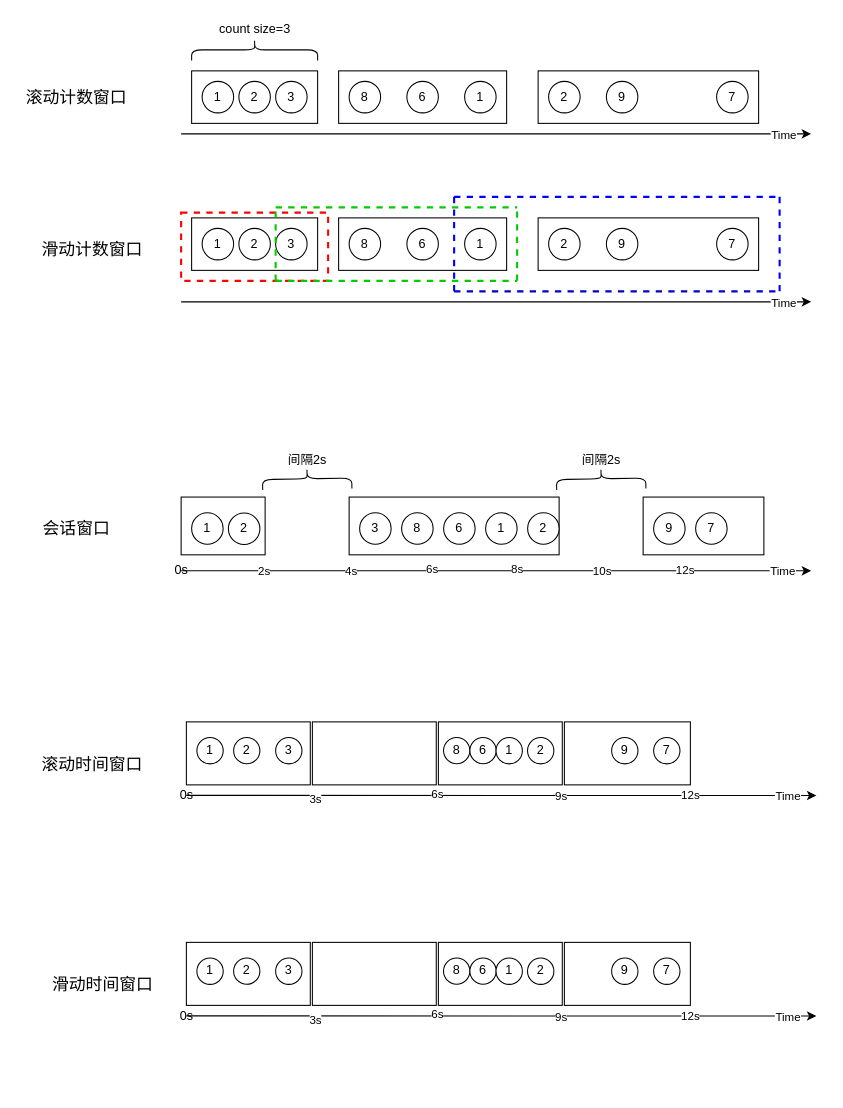
This is flink-window.drawio from cp0802/xueqqiu, a draw.io file, before an edit. Source tidied: cells renumbered, new cells numbered last; positions are measured from the earlier drawing's top-left corner, leaving out a move shared by most shapes. Both pictures are drawn from the tidied source at 105%, with x=0, y=0 at pixel (18, -14).
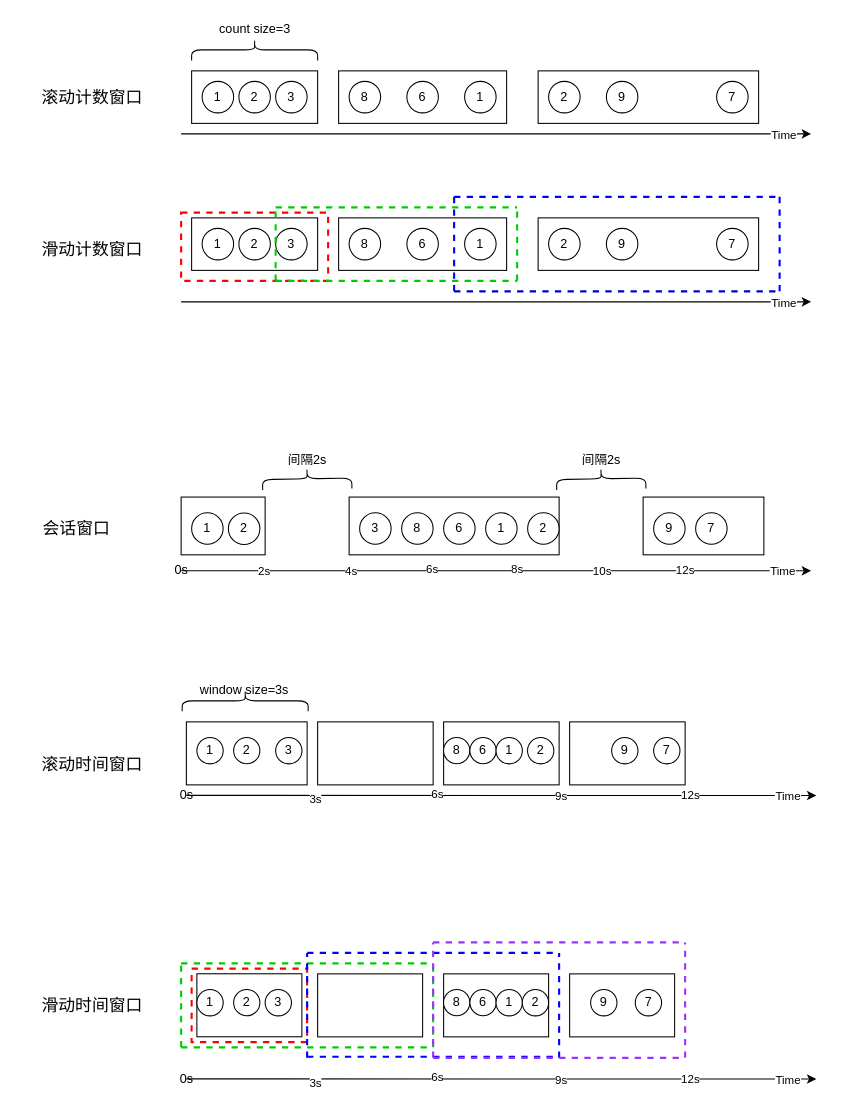
After the change.

What changed in the source:
```diff
@@
+    <mxCell id="111" style="rounded=0;whiteSpace=wrap;html=1;strokeWidth=2;strokeColor=#FF0000;dashed=1;" parent="1" vertex="1">
+      <mxGeometry x="165" y="935" width="110" height="70" as="geometry" />
+    </mxCell>
-    <mxCell id="2" style="rounded=0;whiteSpace=wrap;html=1;strokeColor=#000000;strokeWidth=1;" parent="1" vertex="1">
-      <mxGeometry x="520" y="700" width="120" height="60" as="geometry" />
+    <mxCell id="2" style="rounded=0;whiteSpace=wrap;html=1;strokeWidth=1;" parent="1" vertex="1">
+      <mxGeometry x="525" y="700" width="110" height="60" as="geometry" />
     </mxCell>
-    <mxCell id="3" style="rounded=0;whiteSpace=wrap;html=1;strokeColor=#000000;strokeWidth=1;" parent="1" vertex="1">
-      <mxGeometry x="400" y="700" width="118" height="60" as="geometry" />
+    <mxCell id="3" style="rounded=0;whiteSpace=wrap;html=1;strokeWidth=1;" parent="1" vertex="1">
+      <mxGeometry x="405" y="700" width="110" height="60" as="geometry" />
     </mxCell>
-    <mxCell id="4" style="rounded=0;whiteSpace=wrap;html=1;strokeColor=#000000;strokeWidth=1;" parent="1" vertex="1">
-      <mxGeometry x="280" y="700" width="118" height="60" as="geometry" />
+    <mxCell id="4" style="rounded=0;whiteSpace=wrap;html=1;strokeWidth=1;" parent="1" vertex="1">
+      <mxGeometry x="285" y="700" width="110" height="60" as="geometry" />
     </mxCell>
-    <mxCell id="5" style="rounded=0;whiteSpace=wrap;html=1;strokeColor=#000000;strokeWidth=1;" parent="1" vertex="1">
-      <mxGeometry x="160" y="700" width="118" height="60" as="geometry" />
+    <mxCell id="5" style="rounded=0;whiteSpace=wrap;html=1;strokeWidth=1;" parent="1" vertex="1">
+      <mxGeometry x="160" y="700" width="115" height="60" as="geometry" />
     </mxCell>
@@
     <mxCell id="69" value="&lt;span style=&quot;font-size: medium&quot;&gt;滚动计数窗口&lt;/span&gt;&lt;span style=&quot;font-size: medium&quot;&gt;&lt;br&gt;&lt;/span&gt;" style="text;html=1;align=center;verticalAlign=middle;" parent="1" vertex="1">
-      <mxGeometry y="95" width="110" height="20" as="geometry" />
+      <mxGeometry x="15" y="95" width="110" height="20" as="geometry" />
     </mxCell>
@@
     <mxCell id="90" style="rounded=0;whiteSpace=wrap;html=1;strokeColor=#000000;strokeWidth=1;" parent="1" vertex="1">
-      <mxGeometry x="520" y="910" width="120" height="60" as="geometry" />
+      <mxGeometry x="525" y="940" width="100" height="60" as="geometry" />
     </mxCell>
     <mxCell id="91" style="rounded=0;whiteSpace=wrap;html=1;strokeColor=#000000;strokeWidth=1;" parent="1" vertex="1">
-      <mxGeometry x="400" y="910" width="118" height="60" as="geometry" />
+      <mxGeometry x="405" y="940" width="100" height="60" as="geometry" />
     </mxCell>
     <mxCell id="92" style="rounded=0;whiteSpace=wrap;html=1;strokeColor=#000000;strokeWidth=1;" parent="1" vertex="1">
-      <mxGeometry x="280" y="910" width="118" height="60" as="geometry" />
+      <mxGeometry x="285" y="940" width="100" height="60" as="geometry" />
     </mxCell>
     <mxCell id="93" style="rounded=0;whiteSpace=wrap;html=1;strokeColor=#000000;strokeWidth=1;" parent="1" vertex="1">
-      <mxGeometry x="160" y="910" width="118" height="60" as="geometry" />
+      <mxGeometry x="170" y="939.9" width="100" height="60" as="geometry" />
     </mxCell>
     <mxCell id="94" style="endArrow=classic;html=1;" parent="1" edge="1">
       <mxGeometry relative="1" as="geometry">
-        <mxPoint x="160" y="980" as="sourcePoint" />
-        <mxPoint x="760" y="980.1" as="targetPoint" />
+        <mxPoint x="160" y="1040" as="sourcePoint" />
+        <mxPoint x="760" y="1040.1" as="targetPoint" />
       </mxGeometry>
     </mxCell>
@@
     <mxCell id="99" value="1" style="ellipse;whiteSpace=wrap;html=1;" parent="1" vertex="1">
-      <mxGeometry x="170" y="924.9" width="25.1" height="25.1" as="geometry" />
+      <mxGeometry x="170" y="954.9" width="25.1" height="25.1" as="geometry" />
     </mxCell>
     <mxCell id="100" value="2" style="ellipse;whiteSpace=wrap;html=1;" parent="1" vertex="1">
-      <mxGeometry x="205" y="924.9" width="25" height="25" as="geometry" />
+      <mxGeometry x="205" y="954.9" width="25" height="25" as="geometry" />
     </mxCell>
     <mxCell id="101" value="3" style="ellipse;whiteSpace=wrap;html=1;" parent="1" vertex="1">
-      <mxGeometry x="245" y="924.9" width="25.1" height="25.1" as="geometry" />
+      <mxGeometry x="235" y="954.9" width="25.1" height="25.1" as="geometry" />
     </mxCell>
     <mxCell id="102" value="8" style="ellipse;whiteSpace=wrap;html=1;" parent="1" vertex="1">
-      <mxGeometry x="404.9" y="924.8" width="25.1" height="25.1" as="geometry" />
+      <mxGeometry x="404.9" y="954.8" width="25.1" height="25.1" as="geometry" />
     </mxCell>
     <mxCell id="103" value="6" style="ellipse;whiteSpace=wrap;html=1;" parent="1" vertex="1">
-      <mxGeometry x="430" y="924.8" width="25.1" height="25.1" as="geometry" />
+      <mxGeometry x="430" y="954.8" width="25.1" height="25.1" as="geometry" />
     </mxCell>
     <mxCell id="104" value="1" style="ellipse;whiteSpace=wrap;html=1;" parent="1" vertex="1">
-      <mxGeometry x="454.9" y="924.9" width="25.1" height="25.1" as="geometry" />
+      <mxGeometry x="454.9" y="954.9" width="25.1" height="25.1" as="geometry" />
     </mxCell>
     <mxCell id="105" value="6s" style="edgeLabel;html=1;align=center;verticalAlign=middle;" parent="1" vertex="1">
-      <mxGeometry x="330" y="980" as="geometry">
+      <mxGeometry x="330" y="1040" as="geometry">
         <mxPoint x="68" y="-2" as="offset" />
       </mxGeometry>
     </mxCell>
     <mxCell id="106" value="9" style="ellipse;whiteSpace=wrap;html=1;" parent="1" vertex="1">
-      <mxGeometry x="565" y="924.9" width="25.1" height="25.1" as="geometry" />
+      <mxGeometry x="545" y="954.9" width="25.1" height="25.1" as="geometry" />
     </mxCell>
     <mxCell id="107" value="2" style="ellipse;whiteSpace=wrap;html=1;" parent="1" vertex="1">
-      <mxGeometry x="484.9" y="924.9" width="25.1" height="25.1" as="geometry" />
+      <mxGeometry x="479.9" y="954.9" width="25.1" height="25.1" as="geometry" />
     </mxCell>
     <mxCell id="108" value="7" style="ellipse;whiteSpace=wrap;html=1;" parent="1" vertex="1">
-      <mxGeometry x="605" y="924.9" width="25.1" height="25.1" as="geometry" />
+      <mxGeometry x="587.5" y="954.9" width="25.1" height="25.1" as="geometry" />
     </mxCell>
     <mxCell id="109" value="0s" style="text;html=1;align=center;verticalAlign=middle;" parent="1" vertex="1">
-      <mxGeometry x="145" y="970" width="30" height="20" as="geometry" />
+      <mxGeometry x="145" y="1030" width="30" height="20" as="geometry" />
     </mxCell>
     <mxCell id="110" value="&lt;span style=&quot;font-size: medium&quot;&gt;滑动时间窗口&lt;/span&gt;&lt;span style=&quot;font-size: medium&quot;&gt;&lt;br&gt;&lt;/span&gt;" style="text;html=1;align=center;verticalAlign=middle;" parent="1" vertex="1">
-      <mxGeometry x="25" y="940" width="110" height="20" as="geometry" />
+      <mxGeometry x="15" y="959.9" width="110" height="20" as="geometry" />
     </mxCell>
+    <mxCell id="112" style="shape=curlyBracket;whiteSpace=wrap;html=1;rounded=1;strokeColor=#000000;strokeWidth=1;rotation=90;size=0.5;" parent="1" vertex="1">
+      <mxGeometry x="206" y="620" width="20" height="120" as="geometry" />
+    </mxCell>
+    <mxCell id="113" value="window size=3s" style="text;html=1;align=center;verticalAlign=middle;" parent="1" vertex="1">
+      <mxGeometry x="165" y="660" width="100" height="20" as="geometry" />
+    </mxCell>
+    <mxCell id="114" style="endArrow=none;dashed=1;html=1;strokeWidth=2;strokeColor=#00CC00;" parent="1" edge="1">
+      <mxGeometry relative="1" as="geometry">
+        <mxPoint x="155" y="1010" as="sourcePoint" />
+        <mxPoint x="155" y="930" as="targetPoint" />
+      </mxGeometry>
+    </mxCell>
+    <mxCell id="115" style="endArrow=none;dashed=1;html=1;strokeColor=#00CC00;strokeWidth=2;" parent="1" edge="1">
+      <mxGeometry relative="1" as="geometry">
+        <mxPoint x="155" y="930" as="sourcePoint" />
+        <mxPoint x="395" y="930" as="targetPoint" />
+      </mxGeometry>
+    </mxCell>
+    <mxCell id="116" style="endArrow=none;dashed=1;html=1;strokeColor=#00CC00;strokeWidth=2;" parent="1" edge="1">
+      <mxGeometry relative="1" as="geometry">
+        <mxPoint x="395" y="1010" as="sourcePoint" />
+        <mxPoint x="395" y="930" as="targetPoint" />
+      </mxGeometry>
+    </mxCell>
+    <mxCell id="117" style="endArrow=none;dashed=1;html=1;strokeColor=#00CC00;strokeWidth=2;" parent="1" edge="1">
+      <mxGeometry relative="1" as="geometry">
+        <mxPoint x="155" y="1010" as="sourcePoint" />
+        <mxPoint x="395" y="1010" as="targetPoint" />
+      </mxGeometry>
+    </mxCell>
+    <mxCell id="118" style="endArrow=none;dashed=1;html=1;strokeWidth=2;strokeColor=#0000FF;" parent="1" edge="1">
+      <mxGeometry relative="1" as="geometry">
+        <mxPoint x="275" y="1020" as="sourcePoint" />
+        <mxPoint x="275" y="920" as="targetPoint" />
+      </mxGeometry>
+    </mxCell>
+    <mxCell id="119" style="endArrow=none;dashed=1;html=1;strokeColor=#0000FF;strokeWidth=2;" parent="1" edge="1">
+      <mxGeometry relative="1" as="geometry">
+        <mxPoint x="275" y="920" as="sourcePoint" />
+        <mxPoint x="515" y="920" as="targetPoint" />
+      </mxGeometry>
+    </mxCell>
+    <mxCell id="120" style="endArrow=none;dashed=1;html=1;strokeColor=#0000FF;strokeWidth=2;" parent="1" edge="1">
+      <mxGeometry relative="1" as="geometry">
+        <mxPoint x="515" y="1020" as="sourcePoint" />
+        <mxPoint x="515" y="920" as="targetPoint" />
+      </mxGeometry>
+    </mxCell>
+    <mxCell id="121" style="endArrow=none;dashed=1;html=1;strokeColor=#0000FF;strokeWidth=2;" parent="1" edge="1">
+      <mxGeometry relative="1" as="geometry">
+        <mxPoint x="275" y="1019" as="sourcePoint" />
+        <mxPoint x="515" y="1019" as="targetPoint" />
+      </mxGeometry>
+    </mxCell>
+    <mxCell id="122" style="endArrow=none;dashed=1;html=1;strokeWidth=2;strokeColor=#9933FF;" parent="1" edge="1">
+      <mxGeometry relative="1" as="geometry">
+        <mxPoint x="395" y="1020" as="sourcePoint" />
+        <mxPoint x="395" y="910" as="targetPoint" />
+      </mxGeometry>
+    </mxCell>
+    <mxCell id="123" style="endArrow=none;dashed=1;html=1;strokeColor=#9933FF;strokeWidth=2;" parent="1" edge="1">
+      <mxGeometry relative="1" as="geometry">
+        <mxPoint x="395" y="910" as="sourcePoint" />
+        <mxPoint x="635" y="910" as="targetPoint" />
+      </mxGeometry>
+    </mxCell>
+    <mxCell id="124" style="endArrow=none;dashed=1;html=1;strokeColor=#9933FF;strokeWidth=2;" parent="1" edge="1">
+      <mxGeometry relative="1" as="geometry">
+        <mxPoint x="635" y="1020" as="sourcePoint" />
+        <mxPoint x="635" y="910" as="targetPoint" />
+      </mxGeometry>
+    </mxCell>
+    <mxCell id="125" style="endArrow=none;dashed=1;html=1;strokeColor=#9933FF;strokeWidth=2;" parent="1" edge="1">
+      <mxGeometry relative="1" as="geometry">
+        <mxPoint x="395" y="1020" as="sourcePoint" />
+        <mxPoint x="635" y="1020" as="targetPoint" />
+      </mxGeometry>
+    </mxCell>
```
